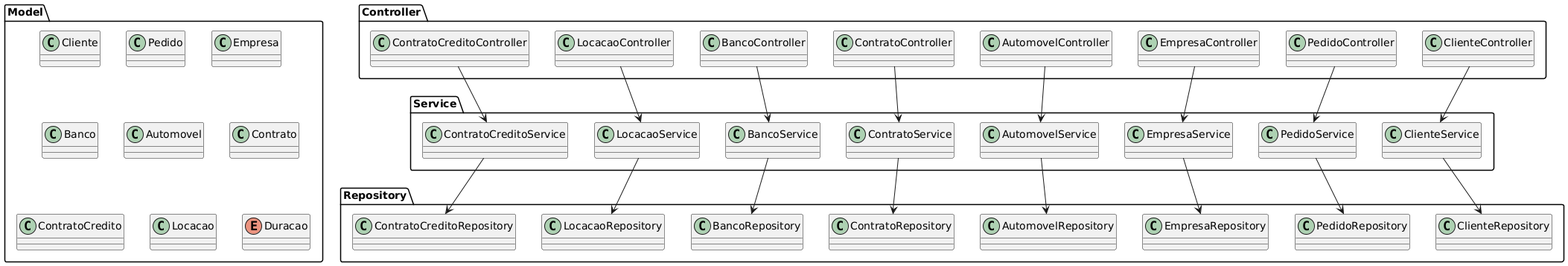
RafaMtF/LDS-Lab02 keeps this PlantUML diagram as project/img/packageDiagram.png. Above is the earlier version.
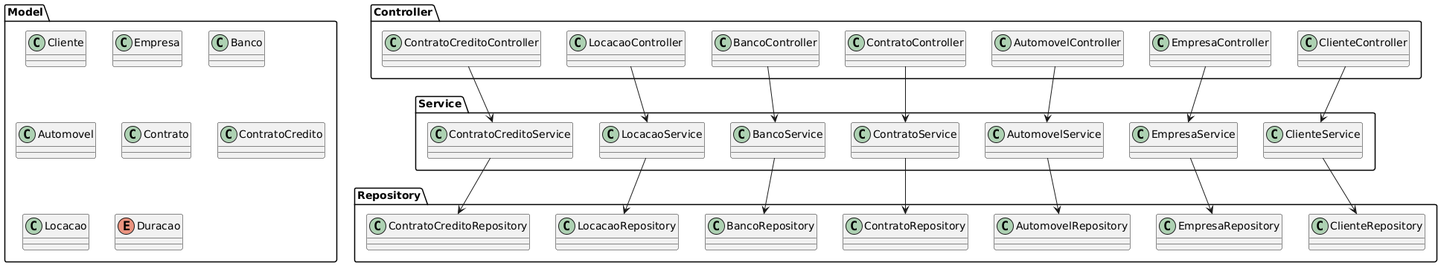
The same file after the commit.

What changed in the source:
```diff
@@ -1,7 +1,6 @@
 @startuml
 package "Controller" {
     class ClienteController
-    class PedidoController
     class EmpresaController
     class AutomovelController
     class ContratoController
@@ -12,7 +11,6 @@
 
 package "Service" {
     class ClienteService
-    class PedidoService
     class EmpresaService
     class AutomovelService
     class ContratoService
@@ -23,7 +21,6 @@
 
 package "Repository" {
     class ClienteRepository
-    class PedidoRepository
     class EmpresaRepository
     class AutomovelRepository
     class ContratoRepository
@@ -34,7 +31,6 @@
 
 package "Model" {
     class Cliente
-    class Pedido
     class Empresa
     class Banco
     class Automovel
@@ -45,7 +41,6 @@
 }
 
 ClienteController --> ClienteService
-PedidoController --> PedidoService
 EmpresaController --> EmpresaService
 AutomovelController --> AutomovelService
 ContratoController --> ContratoService
@@ -54,7 +49,6 @@
 ContratoCreditoController --> ContratoCreditoService
 
 ClienteService --> ClienteRepository
-PedidoService --> PedidoRepository
 EmpresaService --> EmpresaRepository
 AutomovelService --> AutomovelRepository
 ContratoService --> ContratoRepository
```
